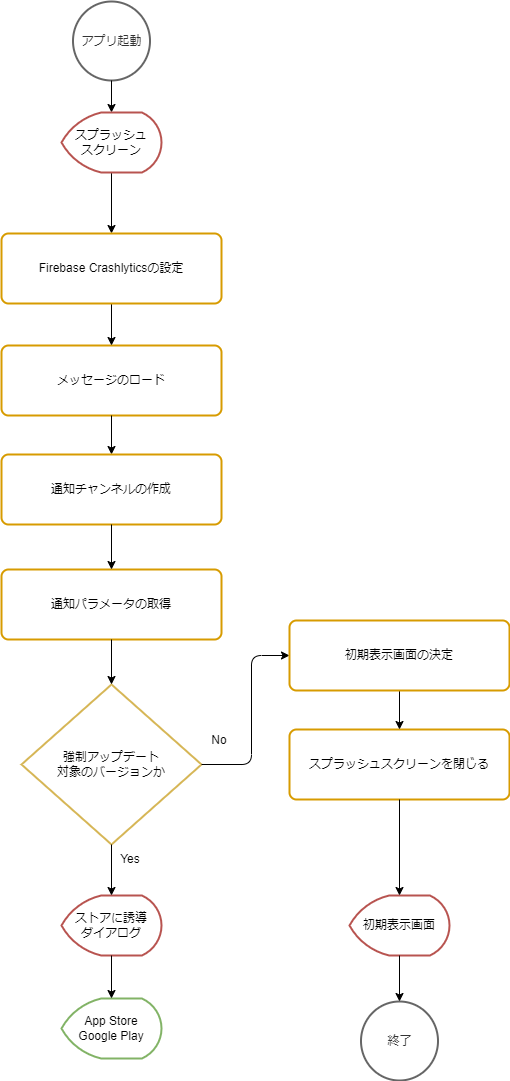
This is website/docs/react-native/santoku/application-architecture/life-cycle-management/initialization-flow.drawio.png from ws-4020/mobile-app-crib-notes, a draw.io export, as it was before one commit. Source tidied: cells renumbered, new cells last; positions are measured from the earlier drawing's top-left corner, leaving out a move shared by most shapes.
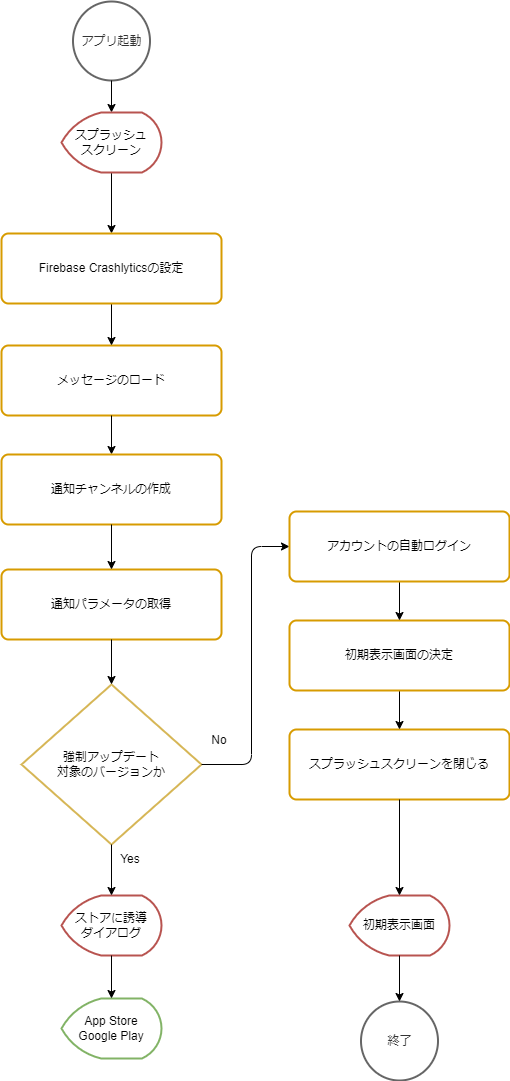
Later version of the same file.

Commit message:
自動ログインの追加

Change to the diagram source:
```diff
@@ -56,11 +56,11 @@
     <mxCell id="19" style="endArrow=classic;html=1;exitX=0.5;exitY=1;exitDx=0;exitDy=0;" parent="1" edge="1" source="18" target="2">
       <mxGeometry x="-594" y="173" as="geometry" />
     </mxCell>
-    <mxCell id="20" style="endArrow=classic;html=1;entryX=0;entryY=0.5;entryDx=0;entryDy=0;exitX=1;exitY=0.5;exitDx=0;exitDy=0;exitPerimeter=0;" parent="1" edge="1" source="2" target="28">
+    <mxCell id="20" style="endArrow=classic;html=1;entryX=0;entryY=0.5;entryDx=0;entryDy=0;exitX=1;exitY=0.5;exitDx=0;exitDy=0;exitPerimeter=0;" parent="1" edge="1" source="2" target="30">
       <mxGeometry x="-594" y="199.5" as="geometry">
         <Array as="points">
           <mxPoint x="250" y="763" />
-          <mxPoint x="250" y="654" />
+          <mxPoint x="250" y="545" />
         </Array>
       </mxGeometry>
     </mxCell>
@@ -88,5 +88,11 @@
     <mxCell id="28" value="初期表示画面の決定" style="rounded=1;whiteSpace=wrap;html=1;absoluteArcSize=1;arcSize=14;strokeWidth=2;verticalAlign=middle;strokeColor=#d79b00;" parent="1" vertex="1">
       <mxGeometry x="288" y="619" width="220" height="70" as="geometry" />
     </mxCell>
+    <mxCell id="29" style="edgeStyle=orthogonalEdgeStyle;rounded=0;jettySize=auto;html=1;" parent="1" edge="1" source="30" target="28">
+      <mxGeometry relative="1" as="geometry" />
+    </mxCell>
+    <mxCell id="30" value="アカウントの自動ログイン" style="rounded=1;whiteSpace=wrap;html=1;absoluteArcSize=1;arcSize=14;strokeWidth=2;verticalAlign=middle;strokeColor=#d79b00;" parent="1" vertex="1">
+      <mxGeometry x="288" y="510" width="220" height="70" as="geometry" />
+    </mxCell>
   </root>
 </mxGraphModel>
```
